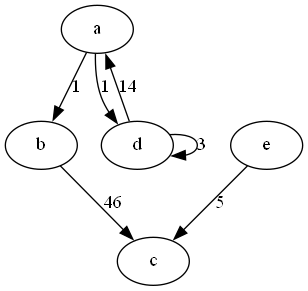
Earlier version of the Graphviz export graph.png (lalukdm/flita_3dz). Its source is kept beside it as graph.dot.
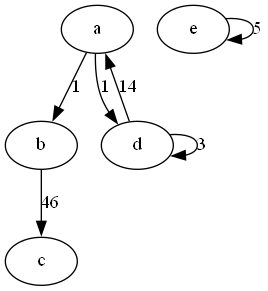
Above is the later version.

Change to the diagram source:
```diff
@@ -3,6 +3,6 @@
 	d -> a [label = 14];
 	a -> d [label = 1];
 	b -> c [label = 46];
-	e -> c [label = 5];
+	e -> e [label = 5];
 	d -> d [label = 3];
 }
```
